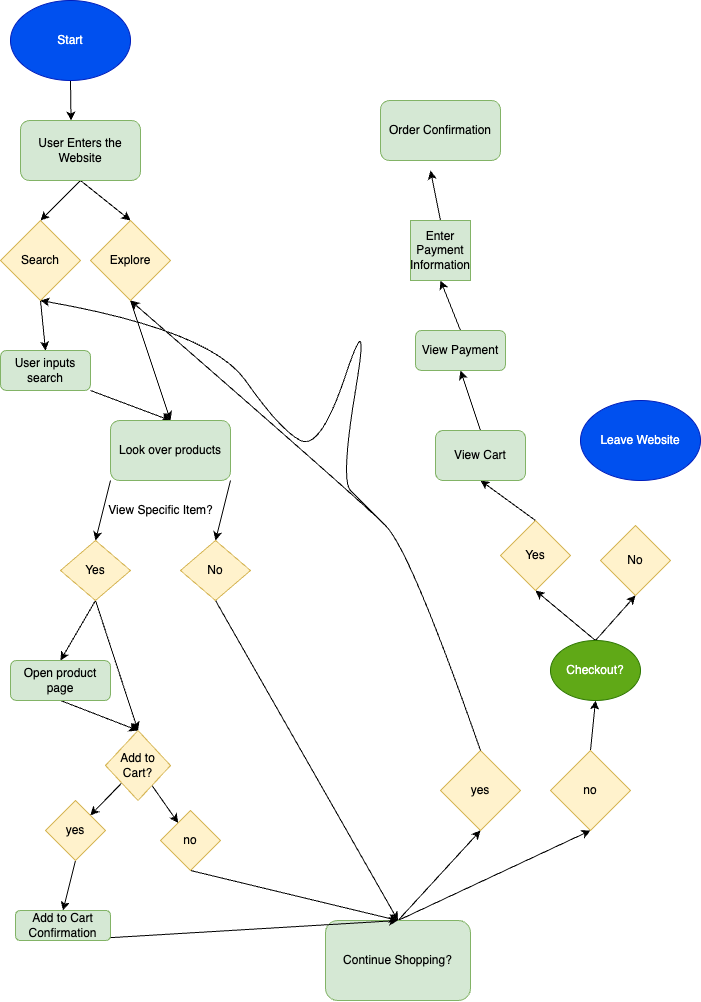
This is explore/diagramming/diagram.drawio.png from ddesantiag0/sp24-cse110-lab4, a draw.io export, as it was before one commit. Source tidied: cells renumbered, new cells last; positions are measured from the earlier drawing's top-left corner, leaving out a move shared by most shapes.
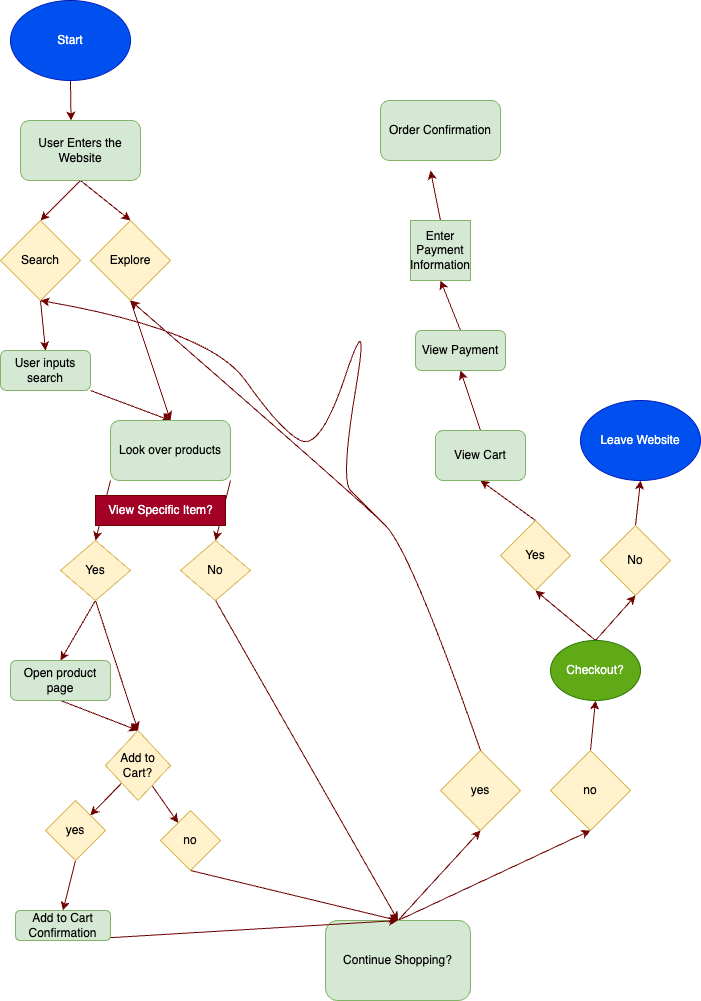
Later version of the same file.

Diff of the diagram source:
```diff
@@ -2,105 +2,105 @@
   <root>
     <mxCell id="0" />
     <mxCell id="1" parent="0" />
-    <mxCell id="2" style="edgeStyle=none;html=1;exitX=0.5;exitY=1;exitDx=0;exitDy=0;entryX=0.421;entryY=0;entryDx=0;entryDy=0;entryPerimeter=0;" parent="1" edge="1" source="3" target="8">
+    <mxCell id="2" style="edgeStyle=none;html=1;exitX=0.5;exitY=1;exitDx=0;exitDy=0;entryX=0.421;entryY=0;entryDx=0;entryDy=0;entryPerimeter=0;fillColor=#a20025;strokeColor=#6F0000;" parent="1" edge="1" source="3" target="8">
       <mxGeometry relative="1" as="geometry" />
     </mxCell>
     <mxCell id="3" value="Start" style="ellipse;whiteSpace=wrap;html=1;fillColor=#0050ef;strokeColor=#001DBC;fontColor=#ffffff;" parent="1" vertex="1">
       <mxGeometry x="10" width="120" height="80" as="geometry" />
     </mxCell>
-    <mxCell id="4" style="edgeStyle=none;html=1;exitX=0.5;exitY=1;exitDx=0;exitDy=0;entryX=0.5;entryY=0;entryDx=0;entryDy=0;" parent="1" edge="1" source="5" target="12">
+    <mxCell id="4" style="edgeStyle=none;html=1;exitX=0.5;exitY=1;exitDx=0;exitDy=0;entryX=0.5;entryY=0;entryDx=0;entryDy=0;fillColor=#a20025;strokeColor=#6F0000;" parent="1" edge="1" source="5" target="12">
       <mxGeometry relative="1" as="geometry" />
     </mxCell>
     <mxCell id="5" value="Search" style="rhombus;whiteSpace=wrap;html=1;fillColor=#fff2cc;strokeColor=#d6b656;" parent="1" vertex="1">
       <mxGeometry y="220" width="80" height="80" as="geometry" />
     </mxCell>
-    <mxCell id="6" style="edgeStyle=none;html=1;entryX=0.5;entryY=0;entryDx=0;entryDy=0;" parent="1" edge="1" target="5">
+    <mxCell id="6" style="edgeStyle=none;html=1;entryX=0.5;entryY=0;entryDx=0;entryDy=0;fillColor=#a20025;strokeColor=#6F0000;" parent="1" edge="1" target="5">
       <mxGeometry relative="1" as="geometry">
         <mxPoint x="80" y="180" as="sourcePoint" />
       </mxGeometry>
     </mxCell>
-    <mxCell id="7" style="edgeStyle=none;html=1;exitX=0.5;exitY=1;exitDx=0;exitDy=0;entryX=0.5;entryY=0;entryDx=0;entryDy=0;" parent="1" edge="1" source="8" target="10">
+    <mxCell id="7" style="edgeStyle=none;html=1;exitX=0.5;exitY=1;exitDx=0;exitDy=0;entryX=0.5;entryY=0;entryDx=0;entryDy=0;fillColor=#a20025;strokeColor=#6F0000;" parent="1" edge="1" source="8" target="10">
       <mxGeometry relative="1" as="geometry" />
     </mxCell>
     <mxCell id="8" value="User Enters the Website" style="rounded=1;whiteSpace=wrap;html=1;fillColor=#d5e8d4;strokeColor=#82b366;" parent="1" vertex="1">
       <mxGeometry x="20" y="120" width="120" height="60" as="geometry" />
     </mxCell>
-    <mxCell id="9" style="edgeStyle=none;html=1;exitX=0.5;exitY=1;exitDx=0;exitDy=0;entryX=0.5;entryY=0;entryDx=0;entryDy=0;" parent="1" edge="1" source="10" target="15">
+    <mxCell id="9" style="edgeStyle=none;html=1;exitX=0.5;exitY=1;exitDx=0;exitDy=0;entryX=0.5;entryY=0;entryDx=0;entryDy=0;fillColor=#a20025;strokeColor=#6F0000;" parent="1" edge="1" source="10" target="15">
       <mxGeometry relative="1" as="geometry" />
     </mxCell>
     <mxCell id="10" value="Explore" style="rhombus;whiteSpace=wrap;html=1;fillColor=#fff2cc;strokeColor=#d6b656;" parent="1" vertex="1">
       <mxGeometry x="90" y="220" width="80" height="80" as="geometry" />
     </mxCell>
-    <mxCell id="11" style="edgeStyle=none;html=1;exitX=1;exitY=1;exitDx=0;exitDy=0;entryX=0.5;entryY=0;entryDx=0;entryDy=0;" parent="1" edge="1" source="12" target="15">
+    <mxCell id="11" style="edgeStyle=none;html=1;exitX=1;exitY=1;exitDx=0;exitDy=0;entryX=0.5;entryY=0;entryDx=0;entryDy=0;fillColor=#a20025;strokeColor=#6F0000;" parent="1" edge="1" source="12" target="15">
       <mxGeometry relative="1" as="geometry" />
     </mxCell>
     <mxCell id="12" value="User inputs search" style="rounded=1;whiteSpace=wrap;html=1;fillColor=#d5e8d4;strokeColor=#82b366;" parent="1" vertex="1">
       <mxGeometry y="350" width="90" height="40" as="geometry" />
     </mxCell>
-    <mxCell id="13" style="edgeStyle=none;html=1;exitX=0;exitY=1;exitDx=0;exitDy=0;entryX=0.5;entryY=0;entryDx=0;entryDy=0;" parent="1" edge="1" source="15" target="18">
+    <mxCell id="13" style="edgeStyle=none;html=1;exitX=0;exitY=1;exitDx=0;exitDy=0;entryX=0.5;entryY=0;entryDx=0;entryDy=0;fillColor=#a20025;strokeColor=#6F0000;" parent="1" edge="1" source="15" target="18">
       <mxGeometry relative="1" as="geometry" />
     </mxCell>
-    <mxCell id="14" style="edgeStyle=none;html=1;exitX=1;exitY=1;exitDx=0;exitDy=0;entryX=0.5;entryY=0;entryDx=0;entryDy=0;" parent="1" edge="1" source="15" target="21">
+    <mxCell id="14" style="edgeStyle=none;html=1;exitX=1;exitY=1;exitDx=0;exitDy=0;entryX=0.5;entryY=0;entryDx=0;entryDy=0;fillColor=#a20025;strokeColor=#6F0000;" parent="1" edge="1" source="15" target="21">
       <mxGeometry relative="1" as="geometry" />
     </mxCell>
     <mxCell id="15" value="Look over products" style="rounded=1;whiteSpace=wrap;html=1;fillColor=#d5e8d4;strokeColor=#82b366;" parent="1" vertex="1">
       <mxGeometry x="110" y="420" width="120" height="60" as="geometry" />
     </mxCell>
-    <mxCell id="16" style="edgeStyle=none;html=1;exitX=0.5;exitY=1;exitDx=0;exitDy=0;entryX=0.5;entryY=0;entryDx=0;entryDy=0;" parent="1" edge="1" source="18" target="26">
+    <mxCell id="16" style="edgeStyle=none;html=1;exitX=0.5;exitY=1;exitDx=0;exitDy=0;entryX=0.5;entryY=0;entryDx=0;entryDy=0;fillColor=#a20025;strokeColor=#6F0000;" parent="1" edge="1" source="18" target="26">
       <mxGeometry relative="1" as="geometry" />
     </mxCell>
-    <mxCell id="17" style="edgeStyle=none;html=1;exitX=0.5;exitY=1;exitDx=0;exitDy=0;entryX=0.5;entryY=0;entryDx=0;entryDy=0;" parent="1" edge="1" source="18" target="29">
+    <mxCell id="17" style="edgeStyle=none;html=1;exitX=0.5;exitY=1;exitDx=0;exitDy=0;entryX=0.5;entryY=0;entryDx=0;entryDy=0;fillColor=#a20025;strokeColor=#6F0000;" parent="1" edge="1" source="18" target="29">
       <mxGeometry relative="1" as="geometry" />
     </mxCell>
     <mxCell id="18" value="Yes" style="rhombus;whiteSpace=wrap;html=1;fillColor=#fff2cc;strokeColor=#d6b656;" parent="1" vertex="1">
       <mxGeometry x="60" y="540" width="70" height="60" as="geometry" />
     </mxCell>
-    <mxCell id="19" value="View Specific Item?" style="text;html=1;align=center;verticalAlign=middle;strokeColor=none;fillColor=none;" parent="1" vertex="1">
+    <mxCell id="19" value="View Specific Item?" style="text;html=1;align=center;verticalAlign=middle;strokeColor=#6F0000;fillColor=#a20025;fontColor=#ffffff;" parent="1" vertex="1">
       <mxGeometry x="95" y="495" width="130" height="30" as="geometry" />
     </mxCell>
-    <mxCell id="20" style="edgeStyle=none;html=1;exitX=0.5;exitY=1;exitDx=0;exitDy=0;entryX=0.5;entryY=0;entryDx=0;entryDy=0;" parent="1" edge="1" source="21" target="24">
+    <mxCell id="20" style="edgeStyle=none;html=1;exitX=0.5;exitY=1;exitDx=0;exitDy=0;entryX=0.5;entryY=0;entryDx=0;entryDy=0;fillColor=#a20025;strokeColor=#6F0000;" parent="1" edge="1" source="21" target="24">
       <mxGeometry relative="1" as="geometry" />
     </mxCell>
     <mxCell id="21" value="No" style="rhombus;whiteSpace=wrap;html=1;fillColor=#fff2cc;strokeColor=#d6b656;" parent="1" vertex="1">
       <mxGeometry x="180" y="540" width="70" height="60" as="geometry" />
     </mxCell>
-    <mxCell id="22" style="edgeStyle=none;html=1;exitX=0.5;exitY=0;exitDx=0;exitDy=0;entryX=0.5;entryY=1;entryDx=0;entryDy=0;" parent="1" edge="1" source="24" target="36">
+    <mxCell id="22" style="edgeStyle=none;html=1;exitX=0.5;exitY=0;exitDx=0;exitDy=0;entryX=0.5;entryY=1;entryDx=0;entryDy=0;fillColor=#a20025;strokeColor=#6F0000;" parent="1" edge="1" source="24" target="36">
       <mxGeometry relative="1" as="geometry" />
     </mxCell>
-    <mxCell id="23" style="edgeStyle=none;html=1;exitX=0.5;exitY=0;exitDx=0;exitDy=0;entryX=0.5;entryY=1;entryDx=0;entryDy=0;" parent="1" edge="1" source="24" target="38">
+    <mxCell id="23" style="edgeStyle=none;html=1;exitX=0.5;exitY=0;exitDx=0;exitDy=0;entryX=0.5;entryY=1;entryDx=0;entryDy=0;fillColor=#a20025;strokeColor=#6F0000;" parent="1" edge="1" source="24" target="38">
       <mxGeometry relative="1" as="geometry" />
     </mxCell>
     <mxCell id="24" value="Continue Shopping?" style="rounded=1;whiteSpace=wrap;html=1;fillColor=#d5e8d4;strokeColor=#82b366;" parent="1" vertex="1">
       <mxGeometry x="325" y="920" width="145" height="80" as="geometry" />
     </mxCell>
-    <mxCell id="25" style="edgeStyle=none;html=1;exitX=0.5;exitY=1;exitDx=0;exitDy=0;entryX=0.5;entryY=0;entryDx=0;entryDy=0;" parent="1" edge="1" source="26" target="29">
+    <mxCell id="25" style="edgeStyle=none;html=1;exitX=0.5;exitY=1;exitDx=0;exitDy=0;entryX=0.5;entryY=0;entryDx=0;entryDy=0;fillColor=#a20025;strokeColor=#6F0000;" parent="1" edge="1" source="26" target="29">
       <mxGeometry relative="1" as="geometry" />
     </mxCell>
     <mxCell id="26" value="Open product page" style="rounded=1;whiteSpace=wrap;html=1;fillColor=#d5e8d4;strokeColor=#82b366;" parent="1" vertex="1">
       <mxGeometry x="10" y="660" width="100" height="40" as="geometry" />
     </mxCell>
-    <mxCell id="27" style="edgeStyle=none;html=1;" parent="1" edge="1" source="29" target="33">
+    <mxCell id="27" style="edgeStyle=none;html=1;fillColor=#a20025;strokeColor=#6F0000;" parent="1" edge="1" source="29" target="33">
       <mxGeometry relative="1" as="geometry" />
     </mxCell>
-    <mxCell id="28" style="edgeStyle=none;html=1;exitX=0;exitY=1;exitDx=0;exitDy=0;" parent="1" edge="1" source="29" target="31">
+    <mxCell id="28" style="edgeStyle=none;html=1;exitX=0;exitY=1;exitDx=0;exitDy=0;fillColor=#a20025;strokeColor=#6F0000;" parent="1" edge="1" source="29" target="31">
       <mxGeometry relative="1" as="geometry" />
     </mxCell>
     <mxCell id="29" value="Add to Cart?" style="rhombus;whiteSpace=wrap;html=1;fillColor=#fff2cc;strokeColor=#d6b656;" parent="1" vertex="1">
       <mxGeometry x="105" y="730" width="65" height="70" as="geometry" />
     </mxCell>
-    <mxCell id="30" style="edgeStyle=none;html=1;exitX=0.5;exitY=1;exitDx=0;exitDy=0;entryX=0.5;entryY=0;entryDx=0;entryDy=0;" parent="1" edge="1" source="31" target="35">
+    <mxCell id="30" style="edgeStyle=none;html=1;exitX=0.5;exitY=1;exitDx=0;exitDy=0;entryX=0.5;entryY=0;entryDx=0;entryDy=0;fillColor=#a20025;strokeColor=#6F0000;" parent="1" edge="1" source="31" target="35">
       <mxGeometry relative="1" as="geometry" />
     </mxCell>
     <mxCell id="31" value="yes" style="rhombus;whiteSpace=wrap;html=1;fillColor=#fff2cc;strokeColor=#d6b656;" parent="1" vertex="1">
       <mxGeometry x="45" y="800" width="60" height="60" as="geometry" />
     </mxCell>
-    <mxCell id="32" style="edgeStyle=none;html=1;exitX=0.5;exitY=1;exitDx=0;exitDy=0;entryX=0.5;entryY=0;entryDx=0;entryDy=0;" parent="1" edge="1" source="33" target="24">
+    <mxCell id="32" style="edgeStyle=none;html=1;exitX=0.5;exitY=1;exitDx=0;exitDy=0;entryX=0.5;entryY=0;entryDx=0;entryDy=0;fillColor=#a20025;strokeColor=#6F0000;" parent="1" edge="1" source="33" target="24">
       <mxGeometry relative="1" as="geometry" />
     </mxCell>
     <mxCell id="33" value="no" style="rhombus;whiteSpace=wrap;html=1;fillColor=#fff2cc;strokeColor=#d6b656;" parent="1" vertex="1">
       <mxGeometry x="160" y="810" width="60" height="60" as="geometry" />
     </mxCell>
-    <mxCell id="34" style="edgeStyle=none;html=1;exitX=0.5;exitY=1;exitDx=0;exitDy=0;entryX=0.5;entryY=0;entryDx=0;entryDy=0;" parent="1" edge="1" source="35" target="24">
+    <mxCell id="34" style="edgeStyle=none;html=1;exitX=0.5;exitY=1;exitDx=0;exitDy=0;entryX=0.5;entryY=0;entryDx=0;entryDy=0;fillColor=#a20025;strokeColor=#6F0000;" parent="1" edge="1" source="35" target="24">
       <mxGeometry relative="1" as="geometry" />
     </mxCell>
     <mxCell id="35" value="Add to Cart Confirmation" style="rounded=1;whiteSpace=wrap;html=1;fillColor=#d5e8d4;strokeColor=#82b366;" parent="1" vertex="1">
@@ -109,13 +109,13 @@
     <mxCell id="36" value="yes" style="rhombus;whiteSpace=wrap;html=1;fillColor=#fff2cc;strokeColor=#d6b656;" parent="1" vertex="1">
       <mxGeometry x="440" y="750" width="80" height="80" as="geometry" />
     </mxCell>
-    <mxCell id="37" style="edgeStyle=none;html=1;exitX=0.5;exitY=0;exitDx=0;exitDy=0;entryX=0.5;entryY=1;entryDx=0;entryDy=0;" parent="1" edge="1" source="38" target="43">
+    <mxCell id="37" style="edgeStyle=none;html=1;exitX=0.5;exitY=0;exitDx=0;exitDy=0;entryX=0.5;entryY=1;entryDx=0;entryDy=0;fillColor=#a20025;strokeColor=#6F0000;" parent="1" edge="1" source="38" target="43">
       <mxGeometry relative="1" as="geometry" />
     </mxCell>
     <mxCell id="38" value="no" style="rhombus;whiteSpace=wrap;html=1;fillColor=#fff2cc;strokeColor=#d6b656;" parent="1" vertex="1">
       <mxGeometry x="550" y="750" width="80" height="80" as="geometry" />
     </mxCell>
-    <mxCell id="39" style="curved=1;endArrow=classic;html=1;exitX=0.5;exitY=0;exitDx=0;exitDy=0;entryX=0.5;entryY=1;entryDx=0;entryDy=0;" parent="1" edge="1" source="36" target="5">
+    <mxCell id="39" style="curved=1;endArrow=classic;html=1;exitX=0.5;exitY=0;exitDx=0;exitDy=0;entryX=0.5;entryY=1;entryDx=0;entryDy=0;fillColor=#a20025;strokeColor=#6F0000;" parent="1" edge="1" source="36" target="5">
       <mxGeometry relative="1" as="geometry">
         <Array as="points">
           <mxPoint x="410" y="550" />
@@ -128,7 +128,7 @@
         </Array>
       </mxGeometry>
     </mxCell>
-    <mxCell id="40" style="curved=1;endArrow=classic;html=1;exitX=0.5;exitY=0;exitDx=0;exitDy=0;" parent="1" edge="1" source="36">
+    <mxCell id="40" style="curved=1;endArrow=classic;html=1;exitX=0.5;exitY=0;exitDx=0;exitDy=0;fillColor=#a20025;strokeColor=#6F0000;" parent="1" edge="1" source="36">
       <mxGeometry relative="1" as="geometry">
         <mxPoint x="130" y="300" as="targetPoint" />
         <Array as="points">
@@ -137,37 +137,40 @@
         </Array>
       </mxGeometry>
     </mxCell>
-    <mxCell id="41" style="edgeStyle=none;html=1;exitX=0.5;exitY=0;exitDx=0;exitDy=0;entryX=0.5;entryY=1;entryDx=0;entryDy=0;" parent="1" edge="1" source="43" target="45">
+    <mxCell id="41" style="edgeStyle=none;html=1;exitX=0.5;exitY=0;exitDx=0;exitDy=0;entryX=0.5;entryY=1;entryDx=0;entryDy=0;fillColor=#a20025;strokeColor=#6F0000;" parent="1" edge="1" source="43" target="45">
       <mxGeometry relative="1" as="geometry" />
     </mxCell>
-    <mxCell id="42" style="edgeStyle=none;html=1;exitX=0.5;exitY=0;exitDx=0;exitDy=0;entryX=0.5;entryY=1;entryDx=0;entryDy=0;" parent="1" edge="1" source="43" target="46">
+    <mxCell id="42" style="edgeStyle=none;html=1;exitX=0.5;exitY=0;exitDx=0;exitDy=0;entryX=0.5;entryY=1;entryDx=0;entryDy=0;fillColor=#a20025;strokeColor=#6F0000;" parent="1" edge="1" source="43" target="46">
       <mxGeometry relative="1" as="geometry" />
     </mxCell>
     <mxCell id="43" value="Checkout?" style="ellipse;whiteSpace=wrap;html=1;fillColor=#60a917;fontColor=#ffffff;strokeColor=#2D7600;" parent="1" vertex="1">
       <mxGeometry x="550" y="640" width="90" height="60" as="geometry" />
     </mxCell>
-    <mxCell id="44" style="edgeStyle=none;html=1;exitX=0.5;exitY=0;exitDx=0;exitDy=0;entryX=0.5;entryY=1;entryDx=0;entryDy=0;" parent="1" edge="1" source="45" target="48">
+    <mxCell id="44" style="edgeStyle=none;html=1;exitX=0.5;exitY=0;exitDx=0;exitDy=0;entryX=0.5;entryY=1;entryDx=0;entryDy=0;fillColor=#a20025;strokeColor=#6F0000;" parent="1" edge="1" source="45" target="48">
       <mxGeometry relative="1" as="geometry" />
     </mxCell>
     <mxCell id="45" value="Yes" style="rhombus;whiteSpace=wrap;html=1;fillColor=#fff2cc;strokeColor=#d6b656;" parent="1" vertex="1">
       <mxGeometry x="500" y="520" width="70" height="70" as="geometry" />
     </mxCell>
+    <mxCell id="55" style="edgeStyle=none;html=1;exitX=0.5;exitY=0;exitDx=0;exitDy=0;entryX=0.5;entryY=1;entryDx=0;entryDy=0;fillColor=#a20025;strokeColor=#6F0000;" parent="1" edge="1" source="46" target="53">
+      <mxGeometry relative="1" as="geometry" />
+    </mxCell>
     <mxCell id="46" value="No" style="rhombus;whiteSpace=wrap;html=1;fillColor=#fff2cc;strokeColor=#d6b656;" parent="1" vertex="1">
       <mxGeometry x="600" y="525" width="70" height="70" as="geometry" />
     </mxCell>
-    <mxCell id="47" style="edgeStyle=none;html=1;exitX=0.5;exitY=0;exitDx=0;exitDy=0;entryX=0.5;entryY=1;entryDx=0;entryDy=0;" parent="1" edge="1" source="48" target="50">
+    <mxCell id="47" style="edgeStyle=none;html=1;exitX=0.5;exitY=0;exitDx=0;exitDy=0;entryX=0.5;entryY=1;entryDx=0;entryDy=0;fillColor=#a20025;strokeColor=#6F0000;" parent="1" edge="1" source="48" target="50">
       <mxGeometry relative="1" as="geometry" />
     </mxCell>
     <mxCell id="48" value="View Cart" style="rounded=1;whiteSpace=wrap;html=1;fillColor=#d5e8d4;strokeColor=#82b366;" parent="1" vertex="1">
       <mxGeometry x="435" y="430" width="90" height="50" as="geometry" />
     </mxCell>
-    <mxCell id="49" style="edgeStyle=none;html=1;exitX=0.5;exitY=0;exitDx=0;exitDy=0;entryX=0.5;entryY=1;entryDx=0;entryDy=0;" parent="1" edge="1" source="50" target="52">
+    <mxCell id="49" style="edgeStyle=none;html=1;exitX=0.5;exitY=0;exitDx=0;exitDy=0;entryX=0.5;entryY=1;entryDx=0;entryDy=0;fillColor=#a20025;strokeColor=#6F0000;" parent="1" edge="1" source="50" target="52">
       <mxGeometry relative="1" as="geometry" />
     </mxCell>
     <mxCell id="50" value="View Payment" style="rounded=1;whiteSpace=wrap;html=1;fillColor=#d5e8d4;strokeColor=#82b366;" parent="1" vertex="1">
       <mxGeometry x="415" y="330" width="90" height="40" as="geometry" />
     </mxCell>
-    <mxCell id="51" style="edgeStyle=none;html=1;exitX=0.5;exitY=0;exitDx=0;exitDy=0;" parent="1" edge="1" source="52">
+    <mxCell id="51" style="edgeStyle=none;html=1;exitX=0.5;exitY=0;exitDx=0;exitDy=0;fillColor=#a20025;strokeColor=#6F0000;" parent="1" edge="1" source="52">
       <mxGeometry relative="1" as="geometry">
         <mxPoint x="430" y="170" as="targetPoint" />
       </mxGeometry>
```
